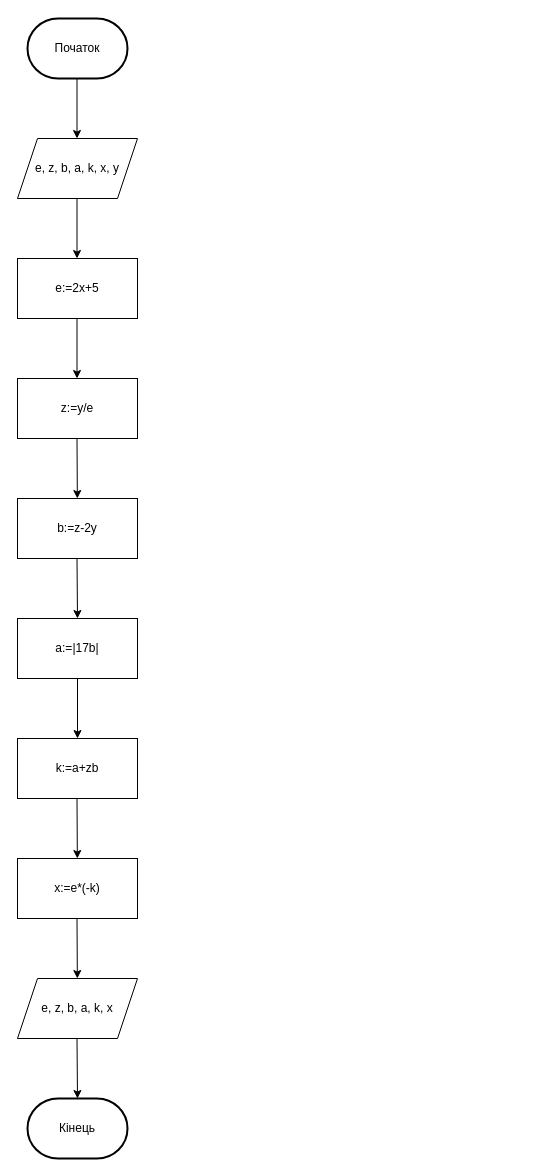
Above: Основи алгоритмізації.drawio in xadeyll/Diagrams_P-23_Puzankov (draw.io), before the change. Source tidied: cells renumbered, new cells numbered last; positions are measured from the earlier drawing's top-left corner, leaving out a move shared by most shapes. Both pictures are drawn from the tidied source at 100%, with x=0, y=0 at pixel (17, 18).
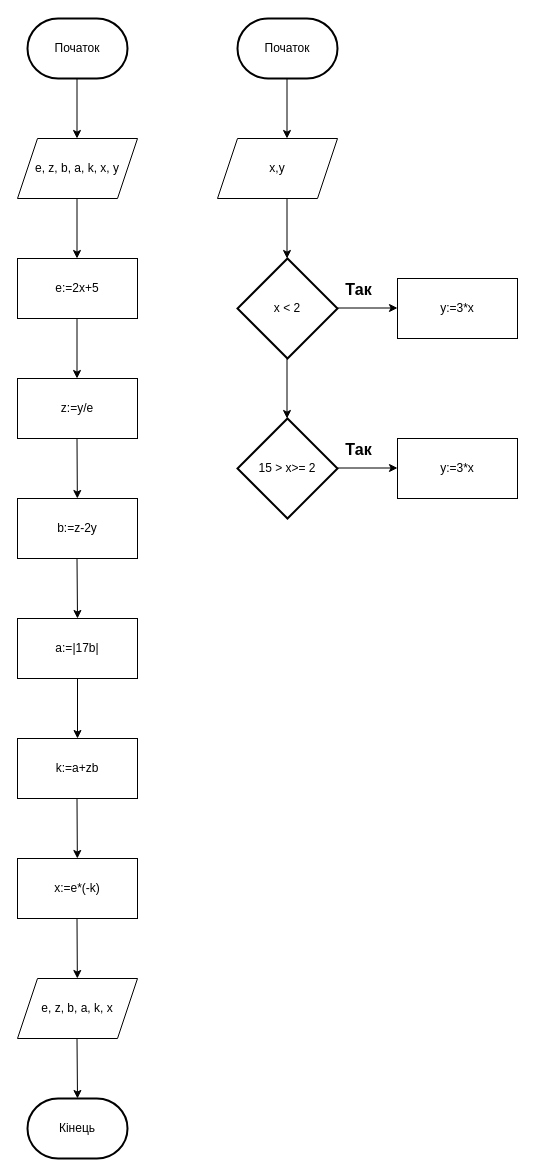
Above is the later version.

Change to the diagram source:
```diff
@@
+    <mxCell id="21" value="Початок" style="strokeWidth=2;html=1;shape=mxgraph.flowchart.terminator;whiteSpace=wrap;" parent="1" vertex="1">
+      <mxGeometry x="220" width="100" height="60" as="geometry" />
+    </mxCell>
+    <mxCell id="22" value="x,y" style="shape=parallelogram;perimeter=parallelogramPerimeter;whiteSpace=wrap;html=1;fixedSize=1;" parent="1" vertex="1">
+      <mxGeometry x="200" y="120" width="120" height="60" as="geometry" />
+    </mxCell>
+    <mxCell id="23" style="endArrow=classic;html=1;rounded=0;" parent="1" edge="1">
+      <mxGeometry relative="1" as="geometry">
+        <mxPoint x="269.5" y="60" as="sourcePoint" />
+        <mxPoint x="269.5" y="120" as="targetPoint" />
+      </mxGeometry>
+    </mxCell>
+    <mxCell id="24" style="endArrow=classic;html=1;rounded=0;" parent="1" edge="1">
+      <mxGeometry relative="1" as="geometry">
+        <mxPoint x="269.5" y="180" as="sourcePoint" />
+        <mxPoint x="269.5" y="240" as="targetPoint" />
+      </mxGeometry>
+    </mxCell>
+    <mxCell id="25" value="x &amp;lt; 2" style="strokeWidth=2;html=1;shape=mxgraph.flowchart.decision;whiteSpace=wrap;" parent="1" vertex="1">
+      <mxGeometry x="220" y="240" width="100" height="100" as="geometry" />
+    </mxCell>
+    <mxCell id="26" style="endArrow=classic;html=1;rounded=0;" parent="1" edge="1">
+      <mxGeometry relative="1" as="geometry">
+        <mxPoint x="269.5" y="340" as="sourcePoint" />
+        <mxPoint x="269.5" y="400" as="targetPoint" />
+      </mxGeometry>
+    </mxCell>
+    <mxCell id="27" value="15 &amp;gt; x&amp;gt;= 2 " style="strokeWidth=2;html=1;shape=mxgraph.flowchart.decision;whiteSpace=wrap;" parent="1" vertex="1">
+      <mxGeometry x="220" y="400" width="100" height="100" as="geometry" />
+    </mxCell>
+    <mxCell id="28" style="endArrow=classic;html=1;rounded=0;" parent="1" edge="1">
+      <mxGeometry relative="1" as="geometry">
+        <mxPoint x="320" y="289.5" as="sourcePoint" />
+        <mxPoint x="380" y="289.5" as="targetPoint" />
+      </mxGeometry>
+    </mxCell>
+    <mxCell id="29" value="Так" style="edgeLabel;html=1;align=center;verticalAlign=middle;fontSize=16;fontStyle=1;" parent="28" vertex="1">
+      <mxGeometry x="0.03" relative="1" as="geometry">
+        <mxPoint x="-11" y="-19" as="offset" />
+      </mxGeometry>
+    </mxCell>
+    <mxCell id="30" value="y:=3*x" style="rounded=0;whiteSpace=wrap;html=1;" parent="1" vertex="1">
+      <mxGeometry x="380" y="260" width="120" height="60" as="geometry" />
+    </mxCell>
+    <mxCell id="31" style="endArrow=classic;html=1;rounded=0;" parent="1" edge="1">
+      <mxGeometry relative="1" as="geometry">
+        <mxPoint x="320" y="449.5" as="sourcePoint" />
+        <mxPoint x="380" y="449.5" as="targetPoint" />
+      </mxGeometry>
+    </mxCell>
+    <mxCell id="32" value="Так" style="edgeLabel;html=1;align=center;verticalAlign=middle;fontSize=16;fontStyle=1;" parent="31" vertex="1">
+      <mxGeometry x="0.03" relative="1" as="geometry">
+        <mxPoint x="-11" y="-19" as="offset" />
+      </mxGeometry>
+    </mxCell>
+    <mxCell id="33" value="y:=3*x" style="rounded=0;whiteSpace=wrap;html=1;" parent="1" vertex="1">
+      <mxGeometry x="380" y="420" width="120" height="60" as="geometry" />
+    </mxCell>
```
